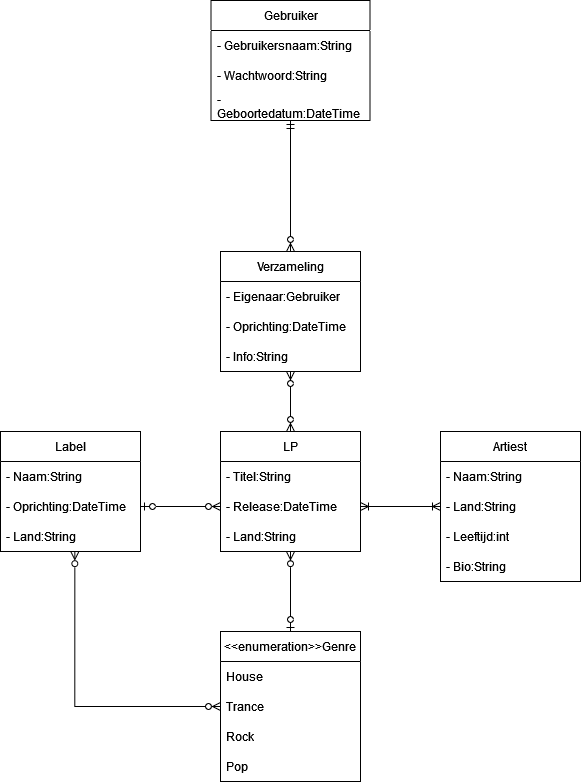
The draw.io diagram apps/frontend/src/assets/iVinylERD.png in k078/cswf, before a commit. Source tidied: cells renumbered, new cells last; positions are measured from the earlier drawing's top-left corner, leaving out a move shared by most shapes.
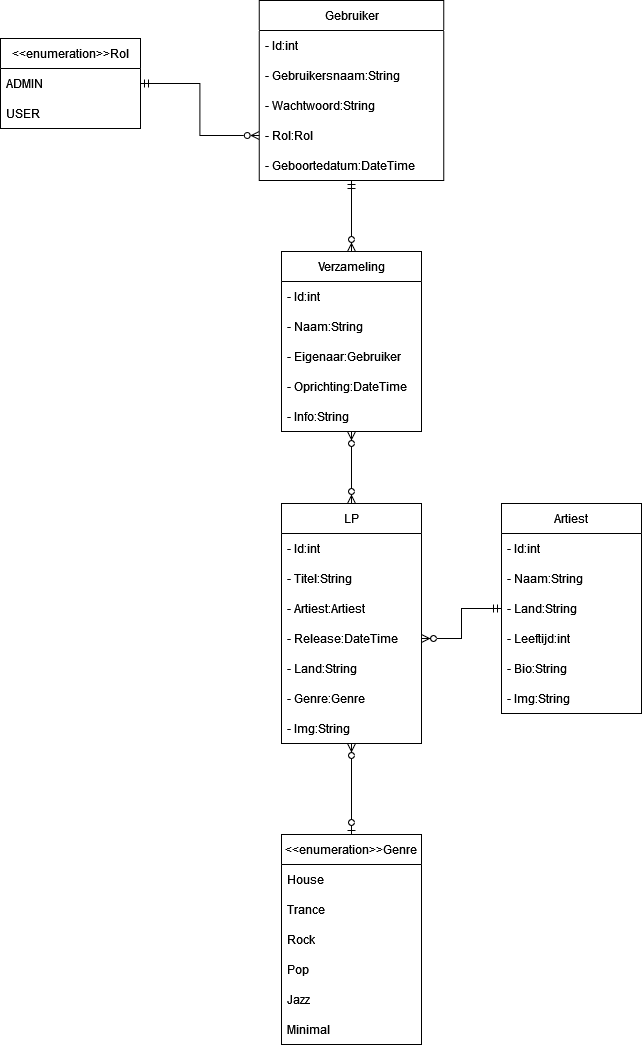
After the change.

Change to the diagram source:
```diff
@@ -3,58 +3,70 @@
     <mxCell id="0" />
     <mxCell id="1" parent="0" />
     <mxCell id="2" value="LP" style="swimlane;fontStyle=0;horizontal=1;startSize=30;whiteSpace=wrap;html=1;" parent="1" vertex="1">
-      <mxGeometry x="220" y="431" width="140" height="120" as="geometry" />
+      <mxGeometry x="220" y="503" width="140" height="240" as="geometry" />
     </mxCell>
+    <mxCell id="34" value="- Id:int" style="text;strokeColor=none;fillColor=none;align=left;verticalAlign=middle;spacingLeft=4;spacingRight=4;overflow=hidden;whiteSpace=wrap;html=1;" parent="2" vertex="1">
+      <mxGeometry y="30" width="140" height="30" as="geometry" />
+    </mxCell>
     <mxCell id="3" value="- Titel:String" style="text;strokeColor=none;fillColor=none;align=left;verticalAlign=middle;spacingLeft=4;spacingRight=4;overflow=hidden;whiteSpace=wrap;html=1;" parent="2" vertex="1">
-      <mxGeometry y="30" width="140" height="30" as="geometry" />
+      <mxGeometry y="60" width="140" height="30" as="geometry" />
     </mxCell>
+    <mxCell id="35" value="- Artiest:Artiest" style="text;strokeColor=none;fillColor=none;align=left;verticalAlign=middle;spacingLeft=4;spacingRight=4;overflow=hidden;whiteSpace=wrap;html=1;" parent="2" vertex="1">
+      <mxGeometry y="90" width="140" height="30" as="geometry" />
+    </mxCell>
     <mxCell id="4" value="- Release:DateTime" style="text;strokeColor=none;fillColor=none;align=left;verticalAlign=middle;spacingLeft=4;spacingRight=4;overflow=hidden;points=[[0,0.5],[1,0.5]];portConstraint=eastwest;whiteSpace=wrap;html=1;" parent="2" vertex="1">
-      <mxGeometry y="60" width="140" height="30" as="geometry" />
+      <mxGeometry y="120" width="140" height="30" as="geometry" />
     </mxCell>
     <mxCell id="5" value="- Land:String" style="text;strokeColor=none;fillColor=none;align=left;verticalAlign=middle;spacingLeft=4;spacingRight=4;overflow=hidden;points=[[0,0.5],[1,0.5]];portConstraint=eastwest;whiteSpace=wrap;html=1;" parent="2" vertex="1">
-      <mxGeometry y="90" width="140" height="30" as="geometry" />
+      <mxGeometry y="150" width="140" height="30" as="geometry" />
     </mxCell>
+    <mxCell id="36" value="- Genre:Genre" style="text;strokeColor=none;fillColor=none;align=left;verticalAlign=middle;spacingLeft=4;spacingRight=4;overflow=hidden;whiteSpace=wrap;html=1;" parent="2" vertex="1">
+      <mxGeometry y="180" width="140" height="30" as="geometry" />
+    </mxCell>
+    <mxCell id="37" value="- Img:String" style="text;strokeColor=none;fillColor=none;align=left;verticalAlign=middle;spacingLeft=4;spacingRight=4;overflow=hidden;whiteSpace=wrap;html=1;" parent="2" vertex="1">
+      <mxGeometry y="210" width="140" height="30" as="geometry" />
+    </mxCell>
     <mxCell id="6" value="Verzameling" style="swimlane;fontStyle=0;horizontal=1;startSize=30;whiteSpace=wrap;html=1;" parent="1" vertex="1">
-      <mxGeometry x="220" y="251" width="140" height="120" as="geometry" />
+      <mxGeometry x="220" y="251" width="140" height="180" as="geometry" />
     </mxCell>
+    <mxCell id="38" value="- Id:int" style="text;strokeColor=none;fillColor=none;align=left;verticalAlign=middle;spacingLeft=4;spacingRight=4;overflow=hidden;whiteSpace=wrap;html=1;" parent="6" vertex="1">
+      <mxGeometry y="30" width="140" height="30" as="geometry" />
+    </mxCell>
+    <mxCell id="11" value="- Naam:String" style="text;strokeColor=none;fillColor=none;align=left;verticalAlign=middle;spacingLeft=4;spacingRight=4;overflow=hidden;whiteSpace=wrap;html=1;" parent="6" vertex="1">
+      <mxGeometry y="60" width="140" height="30" as="geometry" />
+    </mxCell>
     <mxCell id="7" value="- Eigenaar:Gebruiker" style="text;strokeColor=none;fillColor=none;align=left;verticalAlign=middle;spacingLeft=4;spacingRight=4;overflow=hidden;whiteSpace=wrap;html=1;" parent="6" vertex="1">
-      <mxGeometry y="30" width="140" height="30" as="geometry" />
+      <mxGeometry y="90" width="140" height="30" as="geometry" />
     </mxCell>
     <mxCell id="8" value="- Oprichting:DateTime" style="text;strokeColor=none;fillColor=none;align=left;verticalAlign=middle;spacingLeft=4;spacingRight=4;overflow=hidden;whiteSpace=wrap;html=1;" parent="6" vertex="1">
-      <mxGeometry y="60" width="140" height="30" as="geometry" />
+      <mxGeometry y="120" width="140" height="30" as="geometry" />
     </mxCell>
     <mxCell id="9" value="- Info:String" style="text;strokeColor=none;fillColor=none;align=left;verticalAlign=middle;spacingLeft=4;spacingRight=4;overflow=hidden;points=[[0,0.5],[1,0.5]];portConstraint=eastwest;whiteSpace=wrap;html=1;" parent="6" vertex="1">
-      <mxGeometry y="90" width="140" height="30" as="geometry" />
+      <mxGeometry y="150" width="140" height="30" as="geometry" />
     </mxCell>
-    <mxCell id="10" value="Label" style="swimlane;fontStyle=0;horizontal=1;startSize=30;whiteSpace=wrap;html=1;" parent="1" vertex="1">
-      <mxGeometry y="431" width="140" height="120" as="geometry" />
-    </mxCell>
-    <mxCell id="11" value="- Naam:String" style="text;strokeColor=none;fillColor=none;align=left;verticalAlign=middle;spacingLeft=4;spacingRight=4;overflow=hidden;whiteSpace=wrap;html=1;" parent="10" vertex="1">
-      <mxGeometry y="30" width="140" height="30" as="geometry" />
-    </mxCell>
-    <mxCell id="12" value="- Oprichting:DateTime" style="text;strokeColor=none;fillColor=none;align=left;verticalAlign=middle;spacingLeft=4;spacingRight=4;overflow=hidden;points=[[0,0.5],[1,0.5]];portConstraint=eastwest;whiteSpace=wrap;html=1;" parent="10" vertex="1">
-      <mxGeometry y="60" width="140" height="30" as="geometry" />
-    </mxCell>
-    <mxCell id="13" value="- Land:String" style="text;strokeColor=none;fillColor=none;align=left;verticalAlign=middle;spacingLeft=4;spacingRight=4;overflow=hidden;points=[[0,0.5],[1,0.5]];portConstraint=eastwest;whiteSpace=wrap;html=1;" parent="10" vertex="1">
-      <mxGeometry y="90" width="140" height="30" as="geometry" />
-    </mxCell>
     <mxCell id="14" value="Artiest" style="swimlane;fontStyle=0;horizontal=1;startSize=30;whiteSpace=wrap;html=1;" parent="1" vertex="1">
-      <mxGeometry x="440" y="431" width="140" height="150" as="geometry" />
+      <mxGeometry x="440" y="503" width="140" height="210" as="geometry" />
     </mxCell>
+    <mxCell id="39" value="- Id:int" style="text;strokeColor=none;fillColor=none;align=left;verticalAlign=middle;spacingLeft=4;spacingRight=4;overflow=hidden;whiteSpace=wrap;html=1;" parent="14" vertex="1">
+      <mxGeometry y="30" width="140" height="30" as="geometry" />
+    </mxCell>
     <mxCell id="15" value="- Naam:String" style="text;strokeColor=none;fillColor=none;align=left;verticalAlign=middle;spacingLeft=4;spacingRight=4;overflow=hidden;whiteSpace=wrap;html=1;" parent="14" vertex="1">
-      <mxGeometry y="30" width="140" height="30" as="geometry" />
+      <mxGeometry y="60" width="140" height="30" as="geometry" />
     </mxCell>
     <mxCell id="16" value="- Land:String" style="text;strokeColor=none;fillColor=none;align=left;verticalAlign=middle;spacingLeft=4;spacingRight=4;overflow=hidden;points=[[0,0.5],[1,0.5]];portConstraint=eastwest;whiteSpace=wrap;html=1;" parent="14" vertex="1">
-      <mxGeometry y="60" width="140" height="30" as="geometry" />
+      <mxGeometry y="90" width="140" height="30" as="geometry" />
     </mxCell>
     <mxCell id="17" value="- Leeftijd:int" style="text;strokeColor=none;fillColor=none;align=left;verticalAlign=middle;spacingLeft=4;spacingRight=4;overflow=hidden;whiteSpace=wrap;html=1;" parent="14" vertex="1">
-      <mxGeometry y="90" width="140" height="30" as="geometry" />
+      <mxGeometry y="120" width="140" height="30" as="geometry" />
     </mxCell>
     <mxCell id="18" value="- Bio:String" style="text;strokeColor=none;fillColor=none;align=left;verticalAlign=middle;spacingLeft=4;spacingRight=4;overflow=hidden;whiteSpace=wrap;html=1;" parent="14" vertex="1">
-      <mxGeometry y="120" width="140" height="30" as="geometry" />
+      <mxGeometry y="150" width="140" height="30" as="geometry" />
     </mxCell>
+    <mxCell id="40" value="- Img:String" style="text;strokeColor=none;fillColor=none;align=left;verticalAlign=middle;spacingLeft=4;spacingRight=4;overflow=hidden;whiteSpace=wrap;html=1;" parent="14" vertex="1">
+      <mxGeometry y="180" width="140" height="30" as="geometry" />
+    </mxCell>
     <mxCell id="19" value="&amp;lt;&amp;lt;enumeration&amp;gt;&amp;gt;Genre" style="swimlane;fontStyle=0;horizontal=1;startSize=30;whiteSpace=wrap;html=1;" parent="1" vertex="1">
-      <mxGeometry x="220" y="631" width="140" height="150" as="geometry" />
+      <mxGeometry x="220" y="834" width="140" height="210" as="geometry" />
     </mxCell>
     <mxCell id="20" value="House" style="text;strokeColor=none;fillColor=none;align=left;verticalAlign=middle;spacingLeft=4;spacingRight=4;overflow=hidden;whiteSpace=wrap;html=1;" parent="19" vertex="1">
       <mxGeometry y="30" width="140" height="30" as="geometry" />
@@ -68,35 +80,53 @@
     <mxCell id="23" value="Pop" style="text;strokeColor=none;fillColor=none;align=left;verticalAlign=middle;spacingLeft=4;spacingRight=4;overflow=hidden;whiteSpace=wrap;html=1;" parent="19" vertex="1">
       <mxGeometry y="120" width="140" height="30" as="geometry" />
     </mxCell>
+    <mxCell id="41" value="Jazz" style="text;strokeColor=none;fillColor=none;align=left;verticalAlign=middle;spacingLeft=4;spacingRight=4;overflow=hidden;whiteSpace=wrap;html=1;" parent="19" vertex="1">
+      <mxGeometry y="150" width="140" height="30" as="geometry" />
+    </mxCell>
+    <mxCell id="42" value="Minimal" style="text;strokeColor=none;fillColor=none;align=left;verticalAlign=middle;spacingLeft=4;spacingRight=4;overflow=hidden;whiteSpace=wrap;html=1;" parent="19" vertex="1">
+      <mxGeometry y="180" width="140" height="30" as="geometry" />
+    </mxCell>
     <mxCell id="24" style="edgeStyle=orthogonalEdgeStyle;rounded=0;jettySize=auto;html=1;exitX=0.5;exitY=1;exitDx=0;exitDy=0;entryX=0.5;entryY=0;entryDx=0;entryDy=0;endArrow=ERzeroToMany;endFill=0;startArrow=ERmandOne;startFill=0;" parent="1" edge="1" source="25" target="6">
       <mxGeometry relative="1" as="geometry" />
     </mxCell>
     <mxCell id="25" value="Gebruiker" style="swimlane;fontStyle=0;horizontal=1;startSize=30;whiteSpace=wrap;html=1;" parent="1" vertex="1">
-      <mxGeometry x="210.5" width="159" height="120" as="geometry" />
+      <mxGeometry x="197.8" width="184.5" height="180" as="geometry" />
     </mxCell>
+    <mxCell id="43" value="- Id:int" style="text;strokeColor=none;fillColor=none;align=left;verticalAlign=middle;spacingLeft=4;spacingRight=4;overflow=hidden;whiteSpace=wrap;html=1;" parent="25" vertex="1">
+      <mxGeometry y="30" width="184.5" height="30" as="geometry" />
+    </mxCell>
     <mxCell id="26" value="- Gebruikersnaam:String" style="text;strokeColor=none;fillColor=none;align=left;verticalAlign=middle;spacingLeft=4;spacingRight=4;overflow=hidden;whiteSpace=wrap;html=1;" parent="25" vertex="1">
-      <mxGeometry y="30" width="159" height="30" as="geometry" />
+      <mxGeometry y="60" width="184.5" height="30" as="geometry" />
     </mxCell>
     <mxCell id="27" value="- Wachtwoord:String" style="text;strokeColor=none;fillColor=none;align=left;verticalAlign=middle;spacingLeft=4;spacingRight=4;overflow=hidden;whiteSpace=wrap;html=1;" parent="25" vertex="1">
-      <mxGeometry y="60" width="159" height="30" as="geometry" />
+      <mxGeometry y="90" width="184.5" height="30" as="geometry" />
     </mxCell>
+    <mxCell id="44" value="- Rol:Rol" style="text;strokeColor=none;fillColor=none;align=left;verticalAlign=middle;spacingLeft=4;spacingRight=4;overflow=hidden;points=[[0,0.5],[1,0.5]];portConstraint=eastwest;whiteSpace=wrap;html=1;" parent="25" vertex="1">
+      <mxGeometry y="120" width="184.5" height="30" as="geometry" />
+    </mxCell>
     <mxCell id="28" value="- Geboortedatum:DateTime" style="text;strokeColor=none;fillColor=none;align=left;verticalAlign=middle;spacingLeft=4;spacingRight=4;overflow=hidden;whiteSpace=wrap;html=1;" parent="25" vertex="1">
-      <mxGeometry y="90" width="159" height="30" as="geometry" />
+      <mxGeometry y="150" width="184.5" height="30" as="geometry" />
     </mxCell>
     <mxCell id="29" style="edgeStyle=orthogonalEdgeStyle;rounded=0;jettySize=auto;html=1;exitX=0.5;exitY=0;exitDx=0;exitDy=0;entryX=0.5;entryY=1;entryDx=0;entryDy=0;entryPerimeter=0;endArrow=ERzeroToMany;endFill=0;startArrow=ERzeroToMany;startFill=0;" parent="1" edge="1" source="2" target="9">
       <mxGeometry relative="1" as="geometry" />
     </mxCell>
-    <mxCell id="30" style="edgeStyle=orthogonalEdgeStyle;rounded=0;jettySize=auto;html=1;exitX=1;exitY=0.5;exitDx=0;exitDy=0;entryX=0;entryY=0.5;entryDx=0;entryDy=0;endArrow=ERoneToMany;endFill=0;startArrow=ERoneToMany;startFill=0;" parent="1" edge="1" source="4" target="16">
+    <mxCell id="30" style="edgeStyle=orthogonalEdgeStyle;rounded=0;jettySize=auto;html=1;exitX=1;exitY=0.5;exitDx=0;exitDy=0;entryX=0;entryY=0.5;entryDx=0;entryDy=0;endArrow=ERmandOne;endFill=0;startArrow=ERzeroToMany;startFill=0;" parent="1" edge="1" source="4" target="16">
       <mxGeometry relative="1" as="geometry" />
     </mxCell>
-    <mxCell id="31" style="edgeStyle=orthogonalEdgeStyle;rounded=0;jettySize=auto;html=1;exitX=0.5;exitY=0;exitDx=0;exitDy=0;entryX=0.5;entryY=1.005;entryDx=0;entryDy=0;entryPerimeter=0;endArrow=ERzeroToMany;endFill=0;startArrow=ERzeroToOne;startFill=0;" parent="1" edge="1" source="19" target="5">
+    <mxCell id="31" style="edgeStyle=orthogonalEdgeStyle;rounded=0;jettySize=auto;html=1;exitX=0.5;exitY=0;exitDx=0;exitDy=0;entryX=0.5;entryY=1;entryDx=0;entryDy=0;endArrow=ERzeroToMany;endFill=0;startArrow=ERzeroToOne;startFill=0;" parent="1" edge="1" source="19" target="2">
       <mxGeometry relative="1" as="geometry" />
     </mxCell>
-    <mxCell id="32" style="edgeStyle=orthogonalEdgeStyle;rounded=0;jettySize=auto;html=1;exitX=0;exitY=0.5;exitDx=0;exitDy=0;entryX=0.531;entryY=1.005;entryDx=0;entryDy=0;entryPerimeter=0;endArrow=ERzeroToMany;endFill=0;startArrow=ERzeroToMany;startFill=0;" parent="1" edge="1" source="21" target="13">
-      <mxGeometry relative="1" as="geometry" />
-    </mxCell>
-    <mxCell id="33" style="edgeStyle=orthogonalEdgeStyle;rounded=0;jettySize=auto;html=1;exitX=0;exitY=0.5;exitDx=0;exitDy=0;entryX=1;entryY=0.5;entryDx=0;entryDy=0;endArrow=ERzeroToOne;endFill=0;startArrow=ERzeroToMany;startFill=0;" parent="1" edge="1" source="4" target="12">
-      <mxGeometry relative="1" as="geometry" />
-    </mxCell>
+    <mxCell id="45" style="edgeStyle=orthogonalEdgeStyle;rounded=0;jettySize=auto;html=1;entryX=0;entryY=0.5;entryDx=0;entryDy=0;endArrow=ERzeroToMany;endFill=0;startArrow=ERmandOne;startFill=0;" parent="1" edge="1" source="46" target="44">
+      <mxGeometry relative="1" as="geometry" />
+    </mxCell>
+    <mxCell id="46" value="&amp;lt;&amp;lt;enumeration&amp;gt;&amp;gt;Rol" style="swimlane;fontStyle=0;horizontal=1;startSize=30;whiteSpace=wrap;html=1;" parent="1" vertex="1">
+      <mxGeometry x="-61" y="38" width="140" height="90" as="geometry" />
+    </mxCell>
+    <mxCell id="47" value="ADMIN" style="text;strokeColor=none;fillColor=none;align=left;verticalAlign=middle;spacingLeft=4;spacingRight=4;overflow=hidden;whiteSpace=wrap;html=1;" parent="46" vertex="1">
+      <mxGeometry y="30" width="140" height="30" as="geometry" />
+    </mxCell>
+    <mxCell id="48" value="USER" style="text;strokeColor=none;fillColor=none;align=left;verticalAlign=middle;spacingLeft=4;spacingRight=4;overflow=hidden;whiteSpace=wrap;html=1;" parent="46" vertex="1">
+      <mxGeometry y="60" width="140" height="30" as="geometry" />
+    </mxCell>
   </root>
 </mxGraphModel>
```
